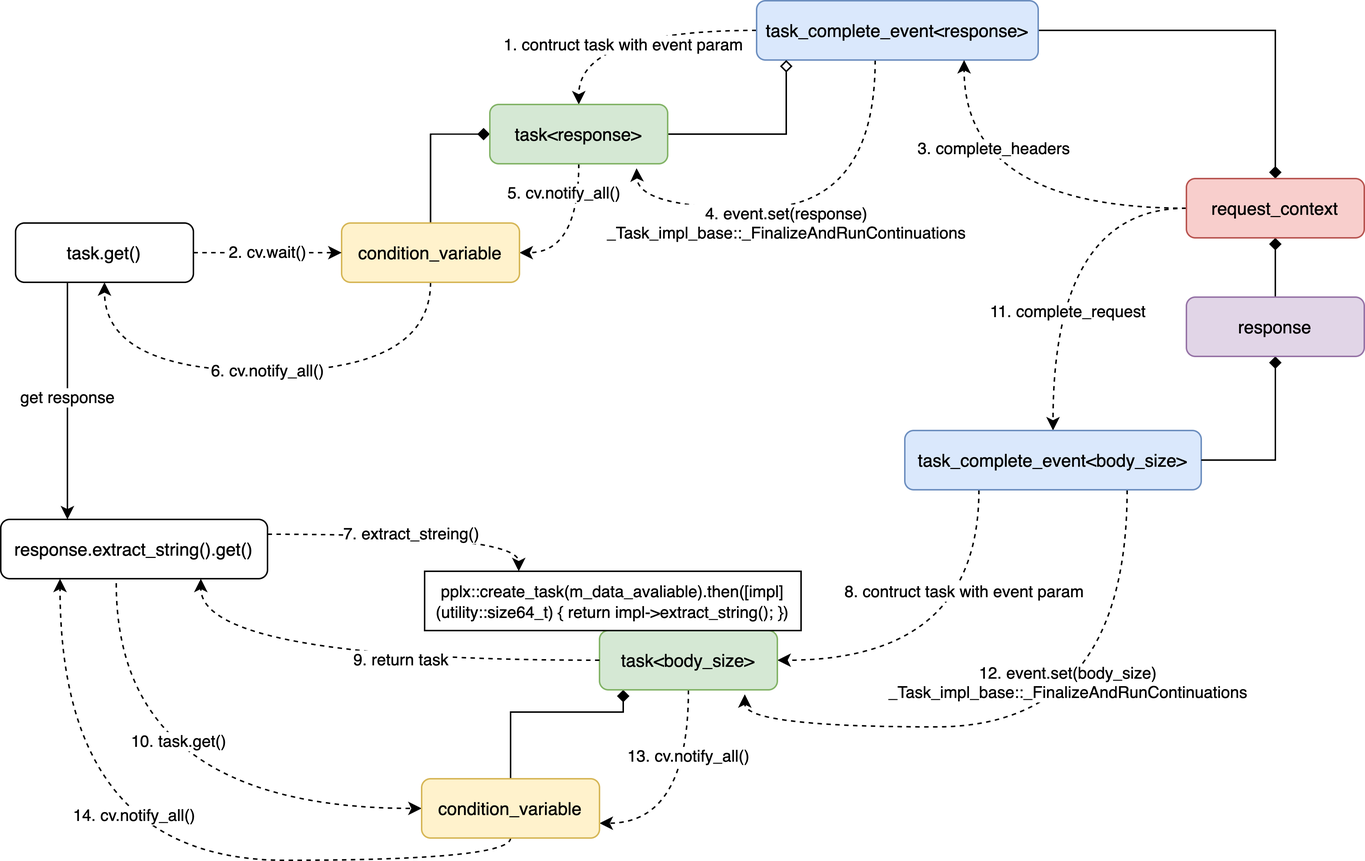
Above: OpenSource/Image/cpp-rest-task-flow.png in jemmy512/software-engineer (draw.io), before the change. Source tidied: cells renumbered, new cells last; positions are measured from the earlier drawing's top-left corner, leaving out a move shared by most shapes.
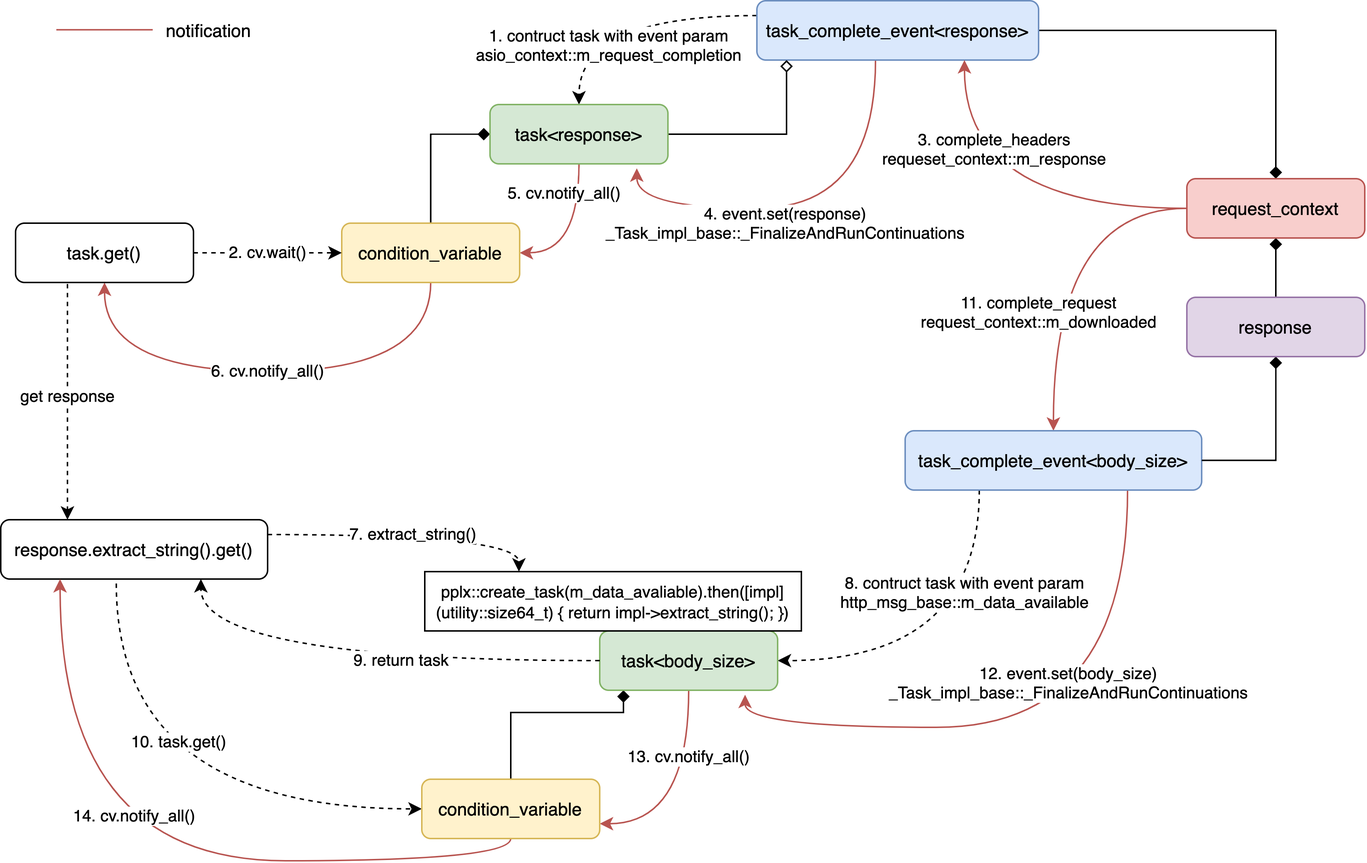
The same file after the commit.

Change to the diagram source:
```diff
@@ -2,10 +2,10 @@
   <root>
     <mxCell id="0" />
     <mxCell id="1" parent="0" />
-    <mxCell id="2" value="1. contruct task with event param" style="edgeStyle=orthogonalEdgeStyle;rounded=0;jettySize=auto;html=1;entryX=0.5;entryY=0;entryDx=0;entryDy=0;endArrow=classic;endFill=1;dashed=1;curved=1;" parent="1" edge="1" source="5" target="9">
-      <mxGeometry x="0.06" y="10" relative="1" as="geometry">
+    <mxCell id="2" value="1. contruct task with event param&lt;br&gt;asio_context::m_request_completion" style="edgeStyle=orthogonalEdgeStyle;rounded=0;jettySize=auto;html=1;entryX=0.5;entryY=0;entryDx=0;entryDy=0;endArrow=classic;endFill=1;dashed=1;curved=1;" parent="1" edge="1" source="5" target="9">
+      <mxGeometry x="0.56" y="20" relative="1" as="geometry">
         <Array as="points">
-          <mxPoint x="390" y="20" />
+          <mxPoint x="390" y="10" />
         </Array>
       </mxGeometry>
     </mxCell>
@@ -16,12 +16,11 @@
         </Array>
       </mxGeometry>
     </mxCell>
-    <mxCell id="4" value="4. event.set(response)&lt;br&gt;_Task_impl_base::_FinalizeAndRunContinuations" style="edgeStyle=orthogonalEdgeStyle;rounded=0;jettySize=auto;html=1;entryX=0.825;entryY=1.075;entryDx=0;entryDy=0;startArrow=none;startFill=0;endArrow=classic;endFill=1;curved=1;entryPerimeter=0;dashed=1;" parent="1" edge="1" source="5" target="9">
+    <mxCell id="4" value="4. event.set(response)&lt;br&gt;_Task_impl_base::_FinalizeAndRunContinuations" style="edgeStyle=orthogonalEdgeStyle;rounded=0;jettySize=auto;html=1;entryX=0.825;entryY=1.075;entryDx=0;entryDy=0;startArrow=none;startFill=0;endArrow=classic;endFill=1;curved=1;entryPerimeter=0;fillColor=#f8cecc;strokeColor=#b85450;" parent="1" edge="1" source="5" target="9">
       <mxGeometry x="0.12" y="10" relative="1" as="geometry">
         <Array as="points">
           <mxPoint x="590" y="140" />
-          <mxPoint x="430" y="140" />
-          <mxPoint x="430" y="113" />
+          <mxPoint x="429" y="140" />
         </Array>
       </mxGeometry>
     </mxCell>
@@ -42,13 +41,13 @@
         </Array>
       </mxGeometry>
     </mxCell>
-    <mxCell id="8" value="&lt;span style=&quot;color: rgb(0 , 0 , 0) ; font-family: &amp;#34;helvetica&amp;#34; ; font-size: 11px ; font-style: normal ; font-weight: 400 ; letter-spacing: normal ; text-align: center ; text-indent: 0px ; text-transform: none ; word-spacing: 0px ; background-color: rgb(255 , 255 , 255) ; display: inline ; float: none&quot;&gt;5. cv.notify_all()&lt;/span&gt;" style="edgeStyle=orthogonalEdgeStyle;rounded=0;jettySize=auto;html=1;entryX=1;entryY=0.5;entryDx=0;entryDy=0;curved=1;dashed=1;" parent="1" edge="1" source="9" target="11">
+    <mxCell id="8" value="&lt;span style=&quot;color: rgb(0 , 0 , 0) ; font-family: &amp;#34;helvetica&amp;#34; ; font-size: 11px ; font-style: normal ; font-weight: 400 ; letter-spacing: normal ; text-align: center ; text-indent: 0px ; text-transform: none ; word-spacing: 0px ; background-color: rgb(255 , 255 , 255) ; display: inline ; float: none&quot;&gt;5. cv.notify_all()&lt;/span&gt;" style="edgeStyle=orthogonalEdgeStyle;rounded=0;jettySize=auto;html=1;entryX=1;entryY=0.5;entryDx=0;entryDy=0;curved=1;fillColor=#f8cecc;strokeColor=#b85450;" parent="1" edge="1" source="9" target="11">
       <mxGeometry x="-0.6" y="-10" relative="1" as="geometry" />
     </mxCell>
     <mxCell id="9" value="task&amp;lt;response&amp;gt;" style="rounded=1;whiteSpace=wrap;html=1;fontSize=12;glass=0;strokeWidth=1;shadow=0;fillColor=#d5e8d4;strokeColor=#82b366;" parent="1" vertex="1">
       <mxGeometry x="330" y="70" width="120" height="40" as="geometry" />
     </mxCell>
-    <mxCell id="10" value="6. cv.notify_all()" style="edgeStyle=orthogonalEdgeStyle;curved=1;rounded=0;jettySize=auto;html=1;entryX=0.5;entryY=1;entryDx=0;entryDy=0;dashed=1;startArrow=none;startFill=0;endArrow=classic;endFill=1;" parent="1" edge="1" source="11" target="14">
+    <mxCell id="10" value="6. cv.notify_all()" style="edgeStyle=orthogonalEdgeStyle;curved=1;rounded=0;jettySize=auto;html=1;entryX=0.5;entryY=1;entryDx=0;entryDy=0;startArrow=none;startFill=0;endArrow=classic;endFill=1;fillColor=#f8cecc;strokeColor=#b85450;" parent="1" edge="1" source="11" target="14">
       <mxGeometry relative="1" as="geometry">
         <Array as="points">
           <mxPoint x="290" y="250" />
@@ -62,7 +61,7 @@
     <mxCell id="12" value="2. cv.wait()" style="rounded=0;jettySize=auto;html=1;entryX=0;entryY=0.5;entryDx=0;entryDy=0;endArrow=classic;endFill=1;dashed=1;" parent="1" edge="1" source="14" target="11">
       <mxGeometry relative="1" as="geometry" />
     </mxCell>
-    <mxCell id="13" value="get response" style="rounded=0;jettySize=auto;html=1;entryX=0.25;entryY=0;entryDx=0;entryDy=0;exitX=0.25;exitY=1;exitDx=0;exitDy=0;edgeStyle=orthogonalEdgeStyle;" parent="1" edge="1" source="14" target="26">
+    <mxCell id="13" value="get response" style="rounded=0;jettySize=auto;html=1;entryX=0.25;entryY=0;entryDx=0;entryDy=0;exitX=0.25;exitY=1;exitDx=0;exitDy=0;edgeStyle=orthogonalEdgeStyle;dashed=1;" parent="1" edge="1" source="14" target="26">
       <mxGeometry relative="1" as="geometry">
         <Array as="points">
           <mxPoint x="45" y="190" />
@@ -80,7 +79,7 @@
         </Array>
       </mxGeometry>
     </mxCell>
-    <mxCell id="16" value="3. complete_headers" style="edgeStyle=orthogonalEdgeStyle;curved=1;rounded=0;jettySize=auto;html=1;dashed=1;startArrow=none;startFill=0;endArrow=classic;endFill=1;" parent="1" edge="1" source="18">
+    <mxCell id="16" value="3. complete_headers&lt;br&gt;requeset_context::m_response" style="edgeStyle=orthogonalEdgeStyle;curved=1;rounded=0;jettySize=auto;html=1;startArrow=none;startFill=0;endArrow=classic;endFill=1;fillColor=#f8cecc;strokeColor=#b85450;" parent="1" edge="1" source="18">
       <mxGeometry x="0.52" y="-20" relative="1" as="geometry">
         <mxPoint x="650" y="40" as="targetPoint" />
         <Array as="points">
@@ -88,8 +87,8 @@
         </Array>
       </mxGeometry>
     </mxCell>
-    <mxCell id="17" value="11. complete_request" style="edgeStyle=orthogonalEdgeStyle;curved=1;rounded=0;jettySize=auto;html=1;dashed=1;startArrow=none;startFill=0;endArrow=classic;endFill=1;" parent="1" edge="1" source="18" target="21">
-      <mxGeometry x="0.33" y="10" relative="1" as="geometry">
+    <mxCell id="17" value="11. complete_request&lt;br&gt;request_context::m_downloaded" style="edgeStyle=orthogonalEdgeStyle;curved=1;rounded=0;jettySize=auto;html=1;startArrow=none;startFill=0;endArrow=classic;endFill=1;fillColor=#f8cecc;strokeColor=#b85450;" parent="1" edge="1" source="18" target="21">
+      <mxGeometry x="0.33" y="-10" relative="1" as="geometry">
         <Array as="points">
           <mxPoint x="710" y="140" />
         </Array>
@@ -98,7 +97,7 @@
     <mxCell id="18" value="request_context" style="rounded=1;whiteSpace=wrap;html=1;fontSize=12;glass=0;strokeWidth=1;shadow=0;fillColor=#f8cecc;strokeColor=#b85450;" parent="1" vertex="1">
       <mxGeometry x="800" y="120" width="120" height="40" as="geometry" />
     </mxCell>
-    <mxCell id="19" value="8. contruct task with event param" style="edgeStyle=orthogonalEdgeStyle;curved=1;rounded=0;jettySize=auto;html=1;entryX=1;entryY=0.5;entryDx=0;entryDy=0;dashed=1;startArrow=none;startFill=0;endArrow=classic;endFill=1;exitX=0.25;exitY=1;exitDx=0;exitDy=0;" parent="1" edge="1" source="21" target="29">
+    <mxCell id="19" value="8. contruct task with event param&lt;br&gt;http_msg_base::m_data_available" style="edgeStyle=orthogonalEdgeStyle;curved=1;rounded=0;jettySize=auto;html=1;entryX=1;entryY=0.5;entryDx=0;entryDy=0;dashed=1;startArrow=none;startFill=0;endArrow=classic;endFill=1;exitX=0.25;exitY=1;exitDx=0;exitDy=0;" parent="1" edge="1" source="21" target="29">
       <mxGeometry x="-0.44" y="-10" relative="1" as="geometry">
         <Array as="points">
           <mxPoint x="660" y="445" />
@@ -106,7 +105,7 @@
         <mxPoint y="-1" as="offset" />
       </mxGeometry>
     </mxCell>
-    <mxCell id="20" value="12. event.set(body_size)&lt;br&gt;_Task_impl_base::_FinalizeAndRunContinuations" style="edgeStyle=orthogonalEdgeStyle;curved=1;rounded=0;jettySize=auto;html=1;entryX=0.817;entryY=1.075;entryDx=0;entryDy=0;dashed=1;startArrow=none;startFill=0;endArrow=classic;endFill=1;exitX=0.75;exitY=1;exitDx=0;exitDy=0;fillColor=#1ba1e2;entryPerimeter=0;" parent="1" edge="1" source="21" target="29">
+    <mxCell id="20" value="12. event.set(body_size)&lt;br&gt;_Task_impl_base::_FinalizeAndRunContinuations" style="edgeStyle=orthogonalEdgeStyle;curved=1;rounded=0;jettySize=auto;html=1;entryX=0.817;entryY=1.075;entryDx=0;entryDy=0;startArrow=none;startFill=0;endArrow=classic;endFill=1;exitX=0.75;exitY=1;exitDx=0;exitDy=0;fillColor=#f8cecc;entryPerimeter=0;strokeColor=#b85450;" parent="1" edge="1" source="21" target="29">
       <mxGeometry x="-0.09" y="-30" relative="1" as="geometry">
         <Array as="points">
           <mxPoint x="760" y="490" />
@@ -123,7 +122,7 @@
     <mxCell id="23" value="response" style="rounded=1;whiteSpace=wrap;html=1;fontSize=12;glass=0;strokeWidth=1;shadow=0;fillColor=#e1d5e7;strokeColor=#9673a6;" parent="1" vertex="1">
       <mxGeometry x="800" y="200" width="120" height="40" as="geometry" />
     </mxCell>
-    <mxCell id="24" value="7. extract_streing()" style="edgeStyle=orthogonalEdgeStyle;curved=1;rounded=0;jettySize=auto;html=1;entryX=0.25;entryY=0;entryDx=0;entryDy=0;dashed=1;startArrow=none;startFill=0;endArrow=classic;endFill=1;" parent="1" edge="1" source="26" target="33">
+    <mxCell id="24" value="7. extract_string()" style="edgeStyle=orthogonalEdgeStyle;curved=1;rounded=0;jettySize=auto;html=1;entryX=0.25;entryY=0;entryDx=0;entryDy=0;dashed=1;startArrow=none;startFill=0;endArrow=classic;endFill=1;" parent="1" edge="1" source="26" target="33">
       <mxGeometry relative="1" as="geometry">
         <Array as="points">
           <mxPoint x="349" y="360" />
@@ -148,7 +147,7 @@
         </Array>
       </mxGeometry>
     </mxCell>
-    <mxCell id="28" value="&lt;span style=&quot;color: rgb(0 , 0 , 0) ; font-family: &amp;#34;helvetica&amp;#34; ; font-size: 11px ; font-style: normal ; font-weight: 400 ; letter-spacing: normal ; text-align: center ; text-indent: 0px ; text-transform: none ; word-spacing: 0px ; background-color: rgb(255 , 255 , 255) ; display: inline ; float: none&quot;&gt;13. cv.notify_all()&lt;/span&gt;" style="edgeStyle=orthogonalEdgeStyle;curved=1;rounded=0;jettySize=auto;html=1;entryX=1;entryY=0.75;entryDx=0;entryDy=0;dashed=1;" parent="1" edge="1" source="29" target="32">
+    <mxCell id="28" value="&lt;span style=&quot;color: rgb(0 , 0 , 0) ; font-family: &amp;#34;helvetica&amp;#34; ; font-size: 11px ; font-style: normal ; font-weight: 400 ; letter-spacing: normal ; text-align: center ; text-indent: 0px ; text-transform: none ; word-spacing: 0px ; background-color: rgb(255 , 255 , 255) ; display: inline ; float: none&quot;&gt;13. cv.notify_all()&lt;/span&gt;" style="edgeStyle=orthogonalEdgeStyle;curved=1;rounded=0;jettySize=auto;html=1;entryX=1;entryY=0.75;entryDx=0;entryDy=0;fillColor=#f8cecc;strokeColor=#b85450;" parent="1" edge="1" source="29" target="32">
       <mxGeometry x="-0.4" relative="1" as="geometry" />
     </mxCell>
     <mxCell id="29" value="task&amp;lt;body_size&amp;gt;" style="rounded=1;whiteSpace=wrap;html=1;fontSize=12;glass=0;strokeWidth=1;shadow=0;fillColor=#d5e8d4;strokeColor=#82b366;" parent="1" vertex="1">
@@ -162,7 +161,7 @@
         </Array>
       </mxGeometry>
     </mxCell>
-    <mxCell id="31" value="14. cv.notify_all()" style="edgeStyle=orthogonalEdgeStyle;curved=1;rounded=0;jettySize=auto;html=1;dashed=1;startArrow=none;startFill=0;endArrow=classic;endFill=1;" parent="1" edge="1" source="32">
+    <mxCell id="31" value="14. cv.notify_all()" style="edgeStyle=orthogonalEdgeStyle;curved=1;rounded=0;jettySize=auto;html=1;startArrow=none;startFill=0;endArrow=classic;endFill=1;fillColor=#f8cecc;strokeColor=#b85450;" parent="1" edge="1" source="32">
       <mxGeometry x="0.06" y="-30" relative="1" as="geometry">
         <mxPoint x="40" y="390" as="targetPoint" />
         <Array as="points">
@@ -178,5 +177,14 @@
     <mxCell id="33" value="&lt;meta charset=&quot;utf-8&quot;&gt;&lt;span style=&quot;color: rgb(0, 0, 0); font-family: helvetica; font-size: 11px; font-style: normal; font-weight: 400; letter-spacing: normal; text-align: center; text-indent: 0px; text-transform: none; word-spacing: 0px; background-color: rgb(255, 255, 255); display: inline; float: none;&quot;&gt;pplx::create_task(m_data_avaliable).then([impl](utility::size64_t) { return impl-&amp;gt;extract_string(); })&lt;/span&gt;" style="text;html=1;align=center;verticalAlign=middle;whiteSpace=wrap;rounded=0;fontColor=#ffffff;strokeColor=#000000;" parent="1" vertex="1">
       <mxGeometry x="286" y="385" width="254" height="40" as="geometry" />
     </mxCell>
+    <mxCell id="34" style="endArrow=none;html=1;fillColor=#f8cecc;strokeColor=#b85450;" parent="1" edge="1">
+      <mxGeometry relative="1" as="geometry">
+        <mxPoint x="37.5" y="19.6" as="sourcePoint" />
+        <mxPoint x="102.5" y="19.6" as="targetPoint" />
+      </mxGeometry>
+    </mxCell>
+    <mxCell id="35" value="notification" style="text;html=1;align=center;verticalAlign=middle;" parent="1" vertex="1">
+      <mxGeometry x="105" y="10" width="70" height="20" as="geometry" />
+    </mxCell>
   </root>
 </mxGraphModel>
```
